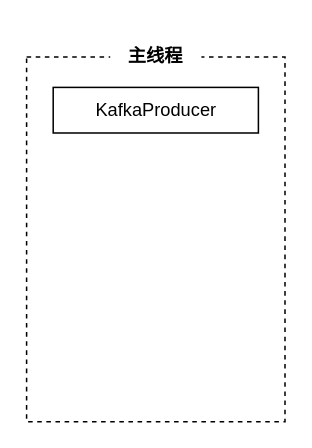
This is kafka_producer.drawio from zhangyuanyin/bigdata_chars, a draw.io file, before an edit. Source tidied: cells renumbered, new cells numbered last; positions are measured from the earlier drawing's top-left corner, leaving out a move shared by most shapes. Both pictures are drawn from the tidied source at 152%, with x=0, y=0 at pixel (26, 26).
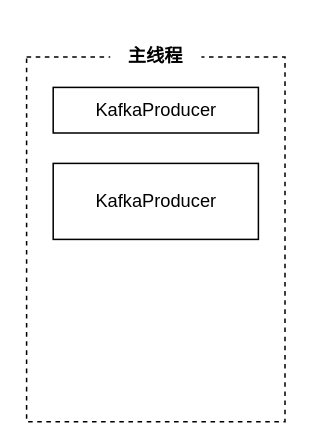
After the change.

What changed in the source:
```diff
@@
 <mxGraphModel>
   <root>
     <mxCell id="0" />
     <mxCell id="1" parent="0" />
     <mxCell id="2" style="rounded=0;whiteSpace=wrap;html=1;dashed=1;" parent="1" vertex="1">
       <mxGeometry y="20" width="170" height="240" as="geometry" />
     </mxCell>
     <mxCell id="3" value="&lt;b&gt;&lt;font style=&quot;font-size: 12px&quot;&gt;主线程&lt;/font&gt;&lt;/b&gt;" style="rounded=0;whiteSpace=wrap;html=1;dashed=1;strokeWidth=1;shadow=0;strokeColor=none;" parent="1" vertex="1">
       <mxGeometry x="55" width="60" height="40" as="geometry" />
     </mxCell>
     <mxCell id="4" value="KafkaProducer" style="rounded=0;whiteSpace=wrap;html=1;shadow=0;strokeWidth=1;" parent="1" vertex="1">
       <mxGeometry x="17.5" y="40" width="135" height="30" as="geometry" />
     </mxCell>
+    <mxCell id="5" value="KafkaProducer" style="rounded=0;whiteSpace=wrap;html=1;shadow=0;strokeWidth=1;" parent="1" vertex="1">
+      <mxGeometry x="17.5" y="90" width="135" height="50" as="geometry" />
+    </mxCell>
   </root>
 </mxGraphModel>
```
